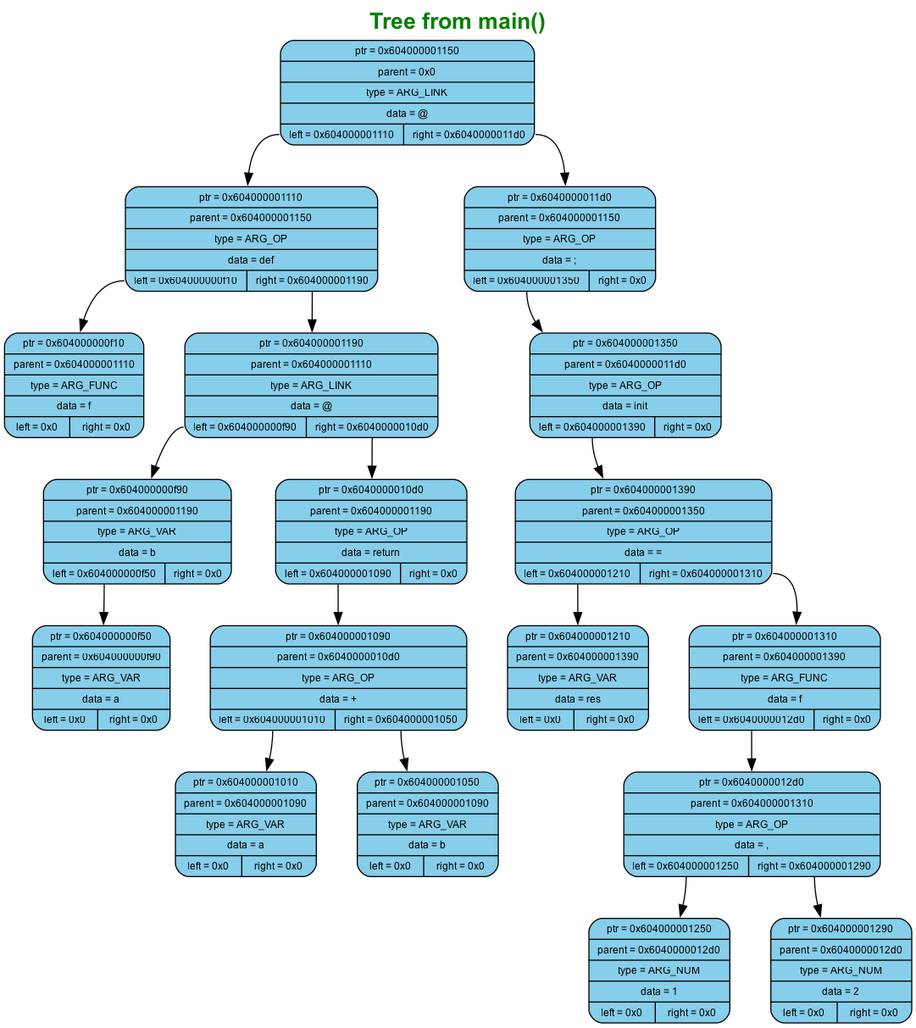
Above: reports/trees/tree0/tree.dot.png in murugov/Language (Graphviz), before the change. Its source is kept beside it as reports/trees/tree0/tree.dot.
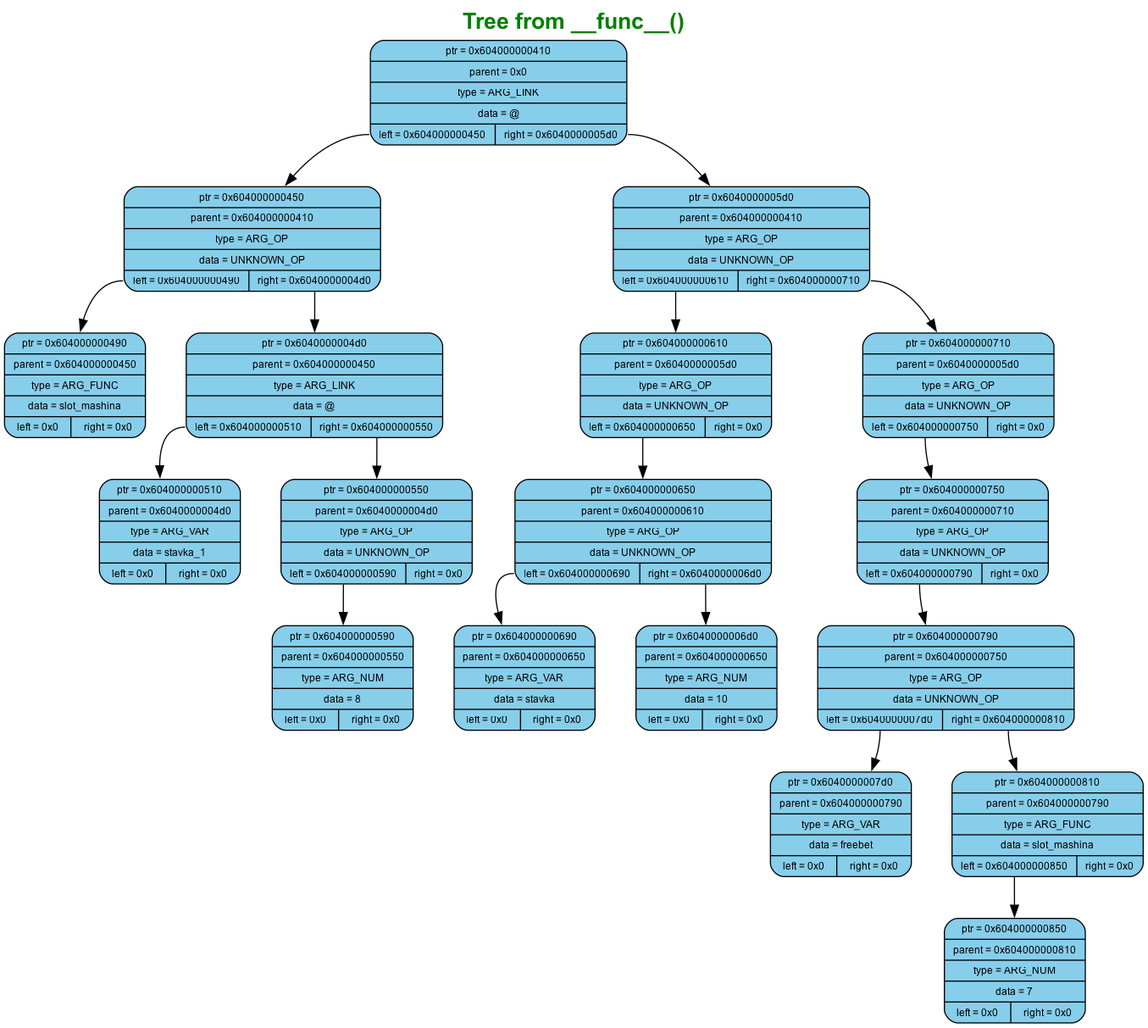
After the commit.

Diff of the diagram source:
```diff
@@ -1,5 +1,5 @@
 digraph G {
-	label=<<B>Tree from main()</B>>;
+	label=<<B>Tree from __func__()</B>>;
 	fontcolor="#008000";
 	fontname="Arial";
 	labelloc="top";
@@ -11,39 +11,39 @@
 	ranksep=0.5;
 	node[fontsize=9, shape=box, width=0.7, height=0.4, style="filled, rounded", fontname="Arial"];
 
-	n0 [shape=record, label="{ptr = 0x604000001150 | parent = 0x0 | type = ARG_LINK | data = @ | {<left> left = 0x604000001110 | <right> right = 0x6040000011d0}}", fillcolor="#87CEEB", color="black"]
-	n1 [shape=record, label="{ptr = 0x604000001110 | parent = 0x604000001150 | type = ARG_OP | data = def | {<left> left = 0x604000000f10 | <right> right = 0x604000001190}}", fillcolor="#87CEEB", color="black"]
+	n0 [shape=record, label="{ptr = 0x604000000410 | parent = 0x0 | type = ARG_LINK | data = @ | {<left> left = 0x604000000450 | <right> right = 0x6040000005d0}}", fillcolor="#87CEEB", color="black"]
+	n1 [shape=record, label="{ptr = 0x604000000450 | parent = 0x604000000410 | type = ARG_OP | data = UNKNOWN_OP | {<left> left = 0x604000000490 | <right> right = 0x6040000004d0}}", fillcolor="#87CEEB", color="black"]
 	n0:left -> n1
-	n2 [shape=record, label="{ptr = 0x6040000011d0 | parent = 0x604000001150 | type = ARG_OP | data = ; | {<left> left = 0x604000001350 | <right> right = 0x0}}", fillcolor="#87CEEB", color="black"]
+	n2 [shape=record, label="{ptr = 0x6040000005d0 | parent = 0x604000000410 | type = ARG_OP | data = UNKNOWN_OP | {<left> left = 0x604000000610 | <right> right = 0x604000000710}}", fillcolor="#87CEEB", color="black"]
 	n0:right -> n2
-	n3 [shape=record, label="{ptr = 0x604000001350 | parent = 0x6040000011d0 | type = ARG_OP | data = init | {<left> left = 0x604000001390 | <right> right = 0x0}}", fillcolor="#87CEEB", color="black"]
+	n3 [shape=record, label="{ptr = 0x604000000610 | parent = 0x6040000005d0 | type = ARG_OP | data = UNKNOWN_OP | {<left> left = 0x604000000650 | <right> right = 0x0}}", fillcolor="#87CEEB", color="black"]
 	n2:left -> n3
-	n4 [shape=record, label="{ptr = 0x604000001390 | parent = 0x604000001350 | type = ARG_OP | data = = | {<left> left = 0x604000001210 | <right> right = 0x604000001310}}", fillcolor="#87CEEB", color="black"]
-	n3:left -> n4
-	n5 [shape=record, label="{ptr = 0x604000001210 | parent = 0x604000001390 | type = ARG_VAR | data = res | {<left> left = 0x0 | <right> right = 0x0}}", fillcolor="#87CEEB", color="black"]
+	n4 [shape=record, label="{ptr = 0x604000000710 | parent = 0x6040000005d0 | type = ARG_OP | data = UNKNOWN_OP | {<left> left = 0x604000000750 | <right> right = 0x0}}", fillcolor="#87CEEB", color="black"]
+	n2:right -> n4
+	n5 [shape=record, label="{ptr = 0x604000000750 | parent = 0x604000000710 | type = ARG_OP | data = UNKNOWN_OP | {<left> left = 0x604000000790 | <right> right = 0x0}}", fillcolor="#87CEEB", color="black"]
 	n4:left -> n5
-	n6 [shape=record, label="{ptr = 0x604000001310 | parent = 0x604000001390 | type = ARG_FUNC | data = f | {<left> left = 0x6040000012d0 | <right> right = 0x0}}", fillcolor="#87CEEB", color="black"]
-	n4:right -> n6
-	n7 [shape=record, label="{ptr = 0x6040000012d0 | parent = 0x604000001310 | type = ARG_OP | data = , | {<left> left = 0x604000001250 | <right> right = 0x604000001290}}", fillcolor="#87CEEB", color="black"]
+	n6 [shape=record, label="{ptr = 0x604000000790 | parent = 0x604000000750 | type = ARG_OP | data = UNKNOWN_OP | {<left> left = 0x6040000007d0 | <right> right = 0x604000000810}}", fillcolor="#87CEEB", color="black"]
+	n5:left -> n6
+	n7 [shape=record, label="{ptr = 0x6040000007d0 | parent = 0x604000000790 | type = ARG_VAR | data = freebet | {<left> left = 0x0 | <right> right = 0x0}}", fillcolor="#87CEEB", color="black"]
 	n6:left -> n7
-	n8 [shape=record, label="{ptr = 0x604000001250 | parent = 0x6040000012d0 | type = ARG_NUM | data = 1 | {<left> left = 0x0 | <right> right = 0x0}}", fillcolor="#87CEEB", color="black"]
-	n7:left -> n8
-	n9 [shape=record, label="{ptr = 0x604000001290 | parent = 0x6040000012d0 | type = ARG_NUM | data = 2 | {<left> left = 0x0 | <right> right = 0x0}}", fillcolor="#87CEEB", color="black"]
-	n7:right -> n9
-	n10 [shape=record, label="{ptr = 0x604000000f10 | parent = 0x604000001110 | type = ARG_FUNC | data = f | {<left> left = 0x0 | <right> right = 0x0}}", fillcolor="#87CEEB", color="black"]
-	n1:left -> n10
-	n11 [shape=record, label="{ptr = 0x604000001190 | parent = 0x604000001110 | type = ARG_LINK | data = @ | {<left> left = 0x604000000f90 | <right> right = 0x6040000010d0}}", fillcolor="#87CEEB", color="black"]
-	n1:right -> n11
-	n12 [shape=record, label="{ptr = 0x604000000f90 | parent = 0x604000001190 | type = ARG_VAR | data = b | {<left> left = 0x604000000f50 | <right> right = 0x0}}", fillcolor="#87CEEB", color="black"]
-	n11:left -> n12
-	n13 [shape=record, label="{ptr = 0x6040000010d0 | parent = 0x604000001190 | type = ARG_OP | data = return | {<left> left = 0x604000001090 | <right> right = 0x0}}", fillcolor="#87CEEB", color="black"]
-	n11:right -> n13
-	n14 [shape=record, label="{ptr = 0x604000001090 | parent = 0x6040000010d0 | type = ARG_OP | data = + | {<left> left = 0x604000001010 | <right> right = 0x604000001050}}", fillcolor="#87CEEB", color="black"]
-	n13:left -> n14
-	n15 [shape=record, label="{ptr = 0x604000001010 | parent = 0x604000001090 | type = ARG_VAR | data = a | {<left> left = 0x0 | <right> right = 0x0}}", fillcolor="#87CEEB", color="black"]
+	n8 [shape=record, label="{ptr = 0x604000000810 | parent = 0x604000000790 | type = ARG_FUNC | data = slot_mashina | {<left> left = 0x604000000850 | <right> right = 0x0}}", fillcolor="#87CEEB", color="black"]
+	n6:right -> n8
+	n9 [shape=record, label="{ptr = 0x604000000850 | parent = 0x604000000810 | type = ARG_NUM | data = 7 | {<left> left = 0x0 | <right> right = 0x0}}", fillcolor="#87CEEB", color="black"]
+	n8:left -> n9
+	n10 [shape=record, label="{ptr = 0x604000000650 | parent = 0x604000000610 | type = ARG_OP | data = UNKNOWN_OP | {<left> left = 0x604000000690 | <right> right = 0x6040000006d0}}", fillcolor="#87CEEB", color="black"]
+	n3:left -> n10
+	n11 [shape=record, label="{ptr = 0x604000000690 | parent = 0x604000000650 | type = ARG_VAR | data = stavka | {<left> left = 0x0 | <right> right = 0x0}}", fillcolor="#87CEEB", color="black"]
+	n10:left -> n11
+	n12 [shape=record, label="{ptr = 0x6040000006d0 | parent = 0x604000000650 | type = ARG_NUM | data = 10 | {<left> left = 0x0 | <right> right = 0x0}}", fillcolor="#87CEEB", color="black"]
+	n10:right -> n12
+	n13 [shape=record, label="{ptr = 0x604000000490 | parent = 0x604000000450 | type = ARG_FUNC | data = slot_mashina | {<left> left = 0x0 | <right> right = 0x0}}", fillcolor="#87CEEB", color="black"]
+	n1:left -> n13
+	n14 [shape=record, label="{ptr = 0x6040000004d0 | parent = 0x604000000450 | type = ARG_LINK | data = @ | {<left> left = 0x604000000510 | <right> right = 0x604000000550}}", fillcolor="#87CEEB", color="black"]
+	n1:right -> n14
+	n15 [shape=record, label="{ptr = 0x604000000510 | parent = 0x6040000004d0 | type = ARG_VAR | data = stavka_1 | {<left> left = 0x0 | <right> right = 0x0}}", fillcolor="#87CEEB", color="black"]
 	n14:left -> n15
-	n16 [shape=record, label="{ptr = 0x604000001050 | parent = 0x604000001090 | type = ARG_VAR | data = b | {<left> left = 0x0 | <right> right = 0x0}}", fillcolor="#87CEEB", color="black"]
+	n16 [shape=record, label="{ptr = 0x604000000550 | parent = 0x6040000004d0 | type = ARG_OP | data = UNKNOWN_OP | {<left> left = 0x604000000590 | <right> right = 0x0}}", fillcolor="#87CEEB", color="black"]
 	n14:right -> n16
-	n17 [shape=record, label="{ptr = 0x604000000f50 | parent = 0x604000000f90 | type = ARG_VAR | data = a | {<left> left = 0x0 | <right> right = 0x0}}", fillcolor="#87CEEB", color="black"]
-	n12:left -> n17
+	n17 [shape=record, label="{ptr = 0x604000000590 | parent = 0x604000000550 | type = ARG_NUM | data = 8 | {<left> left = 0x0 | <right> right = 0x0}}", fillcolor="#87CEEB", color="black"]
+	n16:left -> n17
 }
```
